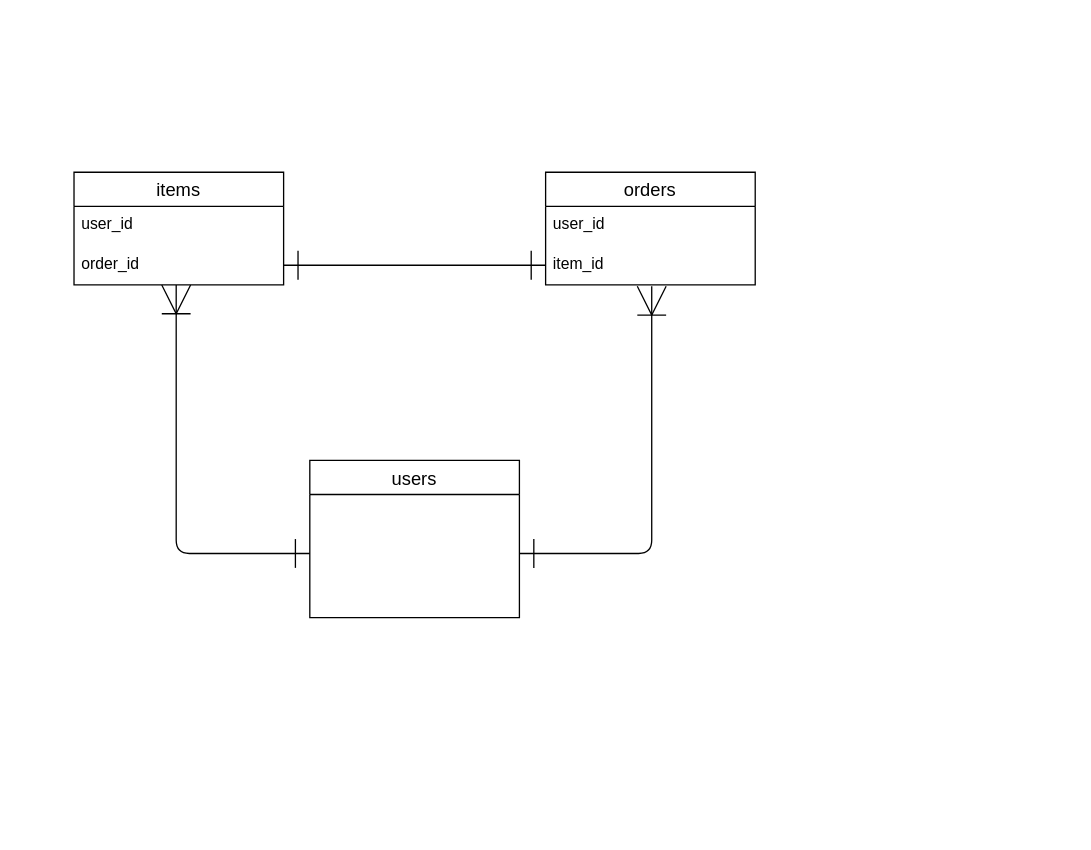
The draw.io diagram furima.dio in rinooooo/furima-38253, before the edit. Source tidied: cells renumbered, new cells numbered last; positions are measured from the earlier drawing's top-left corner, leaving out a move shared by most shapes. Both pictures are drawn from the tidied source at 131%, with x=0, y=0 at pixel (73, 172).
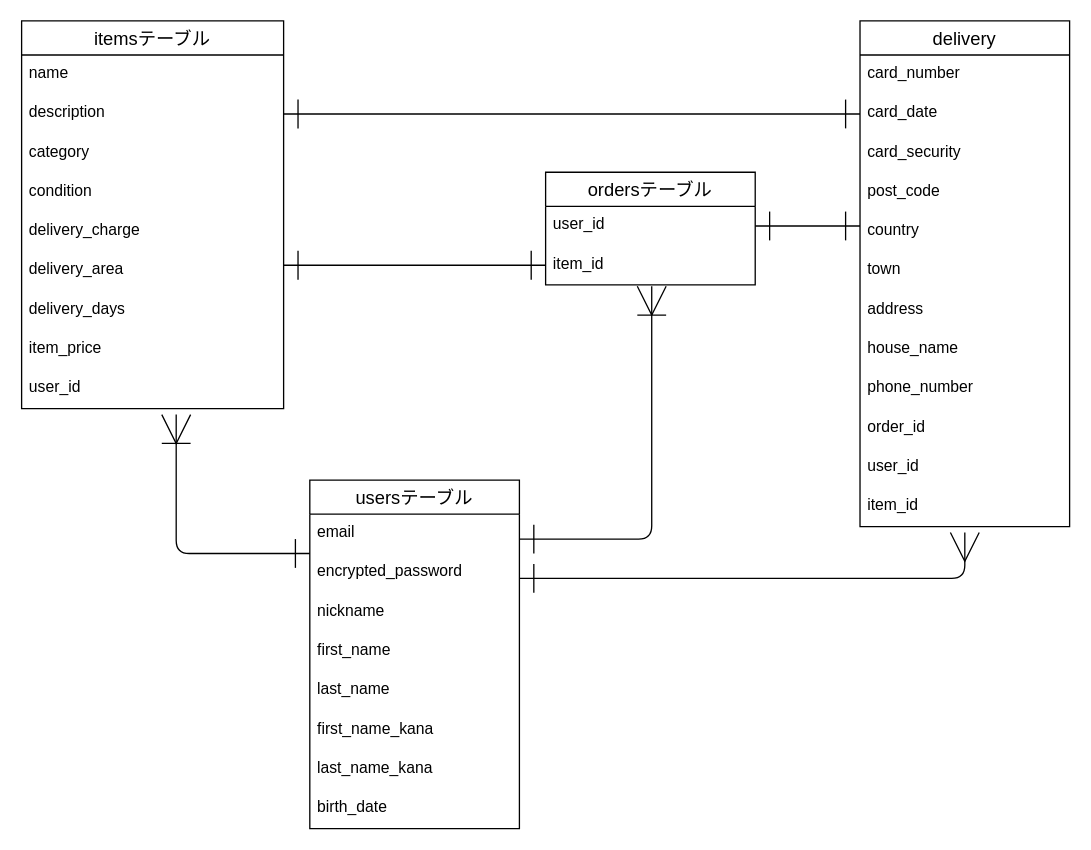
After the change.

Commit message (it also covers changes not shown here):
データベース設計　修正

The change refers to these unchanged cells:
```xml
<mxCell id="6" value="user_id" style="text;strokeColor=none;fillColor=none;spacingLeft=4;spacingRight=4;overflow=hidden;points=[[0,0.5],[1,0.5]];portConstraint=eastwest;fontSize=12;" parent="5" vertex="1">
  <mxGeometry y="26" width="160" height="30" as="geometry" />
</mxCell>
<mxCell id="7" value="item_id" style="text;strokeColor=none;fillColor=none;spacingLeft=4;spacingRight=4;overflow=hidden;points=[[0,0.5],[1,0.5]];portConstraint=eastwest;fontSize=12;" parent="5" vertex="1">
  <mxGeometry y="56" width="160" height="30" as="geometry" />
</mxCell>
```

Diff of the diagram source:
```diff
@@
-    <mxCell id="2" value="items" style="swimlane;fontStyle=0;horizontal=1;startSize=26;align=center;fontSize=14;" parent="1" vertex="1">
-      <mxGeometry width="160" height="86" as="geometry" />
-    </mxCell>
-    <mxCell id="3" value="user_id" style="text;strokeColor=none;fillColor=none;spacingLeft=4;spacingRight=4;overflow=hidden;fontSize=12;" parent="2" vertex="1">
-      <mxGeometry y="26" width="160" height="30" as="geometry" />
-    </mxCell>
-    <mxCell id="4" value="order_id" style="text;strokeColor=none;fillColor=none;spacingLeft=4;spacingRight=4;overflow=hidden;points=[[0,0.5],[1,0.5]];portConstraint=eastwest;fontSize=12;" parent="2" vertex="1">
-      <mxGeometry y="56" width="160" height="30" as="geometry" />
-    </mxCell>
-    <mxCell id="5" value="orders" style="swimlane;fontStyle=0;horizontal=1;startSize=26;align=center;fontSize=14;" parent="1" vertex="1">
+    <mxCell id="5" value="ordersテーブル" style="swimlane;fontStyle=0;horizontal=1;startSize=26;align=center;fontSize=14;" parent="1" vertex="1">
       <mxGeometry x="360" width="160" height="86" as="geometry" />
     </mxCell>
@@
-    <mxCell id="8" value="users" style="swimlane;fontStyle=0;horizontal=1;startSize=26;align=center;fontSize=14;" parent="1" vertex="1">
-      <mxGeometry x="180" y="220" width="160" height="120" as="geometry" />
-    </mxCell>
+    <mxCell id="12" style="edgeStyle=orthogonalEdgeStyle;html=1;exitX=1;exitY=0.75;exitDx=0;exitDy=0;startArrow=ERone;startFill=0;endArrow=ERmany;endFill=0;startSize=20;endSize=20;" parent="1" edge="1">
+      <mxGeometry relative="1" as="geometry">
+        <mxPoint x="340" y="310" as="sourcePoint" />
+        <mxPoint x="680" y="275" as="targetPoint" />
+        <Array as="points">
+          <mxPoint x="680" y="310" />
+        </Array>
+      </mxGeometry>
+    </mxCell>
-    <mxCell id="9" style="edgeStyle=none;html=1;exitX=1;exitY=0.5;exitDx=0;exitDy=0;entryX=0;entryY=0.5;entryDx=0;entryDy=0;endArrow=ERone;endFill=0;startArrow=ERone;startFill=0;strokeWidth=1;endSize=20;startSize=20;" parent="1" edge="1" source="4" target="7">
-      <mxGeometry relative="1" as="geometry" />
+    <mxCell id="9" style="edgeStyle=none;html=1;exitX=1;exitY=0.5;exitDx=0;exitDy=0;entryX=0;entryY=0.5;entryDx=0;entryDy=0;endArrow=ERone;endFill=0;startArrow=ERone;startFill=0;strokeWidth=1;endSize=20;startSize=20;" parent="1" edge="1" target="7">
+      <mxGeometry relative="1" as="geometry">
+        <mxPoint x="160" y="71" as="sourcePoint" />
+      </mxGeometry>
     </mxCell>
     <mxCell id="10" style="edgeStyle=elbowEdgeStyle;html=1;startArrow=ERone;startFill=0;endArrow=ERoneToMany;endFill=0;startSize=20;endSize=20;strokeWidth=1;" parent="1" edge="1">
       <mxGeometry relative="1" as="geometry">
         <mxPoint x="180" y="291" as="sourcePoint" />
-        <mxPoint x="78" y="86" as="targetPoint" />
+        <mxPoint x="78" y="185" as="targetPoint" />
         <Array as="points">
           <mxPoint x="78" y="220" />
         </Array>
       </mxGeometry>
     </mxCell>
     <mxCell id="11" style="edgeStyle=elbowEdgeStyle;html=1;exitX=1;exitY=0.5;exitDx=0;exitDy=0;startArrow=ERone;startFill=0;endArrow=ERoneToMany;endFill=0;startSize=20;endSize=20;strokeWidth=1;" parent="1" edge="1">
       <mxGeometry relative="1" as="geometry">
-        <mxPoint x="340" y="291" as="sourcePoint" />
+        <mxPoint x="340" y="280" as="sourcePoint" />
         <mxPoint x="441" y="87" as="targetPoint" />
         <Array as="points">
           <mxPoint x="441" y="210" />
         </Array>
       </mxGeometry>
     </mxCell>
+    <mxCell id="13" style="edgeStyle=none;html=1;exitX=1;exitY=0.5;exitDx=0;exitDy=0;startArrow=ERone;startFill=0;endArrow=ERone;endFill=0;startSize=20;endSize=20;" parent="1" edge="1" source="6">
+      <mxGeometry relative="1" as="geometry">
+        <mxPoint x="600" y="41" as="targetPoint" />
+      </mxGeometry>
+    </mxCell>
+    <mxCell id="14" value="usersテーブル" style="swimlane;fontStyle=0;horizontal=1;startSize=26;align=center;fontSize=14;" parent="1" vertex="1">
+      <mxGeometry x="180" y="235" width="160" height="266" as="geometry" />
+    </mxCell>
+    <mxCell id="15" value="email" style="text;strokeColor=none;fillColor=none;spacingLeft=4;spacingRight=4;overflow=hidden;fontSize=12;" parent="14" vertex="1">
+      <mxGeometry y="26" width="160" height="30" as="geometry" />
+    </mxCell>
+    <mxCell id="16" value="encrypted_password" style="text;strokeColor=none;fillColor=none;spacingLeft=4;spacingRight=4;overflow=hidden;fontSize=12;" parent="14" vertex="1">
+      <mxGeometry y="56" width="160" height="30" as="geometry" />
+    </mxCell>
+    <mxCell id="17" value="nickname" style="text;strokeColor=none;fillColor=none;spacingLeft=4;spacingRight=4;overflow=hidden;fontSize=12;" parent="14" vertex="1">
+      <mxGeometry y="86" width="160" height="30" as="geometry" />
+    </mxCell>
+    <mxCell id="18" value="first_name" style="text;strokeColor=none;fillColor=none;spacingLeft=4;spacingRight=4;overflow=hidden;fontSize=12;" parent="14" vertex="1">
+      <mxGeometry y="116" width="160" height="30" as="geometry" />
+    </mxCell>
+    <mxCell id="19" value="last_name" style="text;strokeColor=none;fillColor=none;spacingLeft=4;spacingRight=4;overflow=hidden;fontSize=12;" parent="14" vertex="1">
+      <mxGeometry y="146" width="160" height="30" as="geometry" />
+    </mxCell>
+    <mxCell id="20" value="first_name_kana" style="text;strokeColor=none;fillColor=none;spacingLeft=4;spacingRight=4;overflow=hidden;fontSize=12;" parent="14" vertex="1">
+      <mxGeometry y="176" width="160" height="30" as="geometry" />
+    </mxCell>
+    <mxCell id="21" value="last_name_kana" style="text;strokeColor=none;fillColor=none;spacingLeft=4;spacingRight=4;overflow=hidden;fontSize=12;" parent="14" vertex="1">
+      <mxGeometry y="206" width="160" height="30" as="geometry" />
+    </mxCell>
+    <mxCell id="22" value="birth_date" style="text;strokeColor=none;fillColor=none;spacingLeft=4;spacingRight=4;overflow=hidden;fontSize=12;" parent="14" vertex="1">
+      <mxGeometry y="236" width="160" height="30" as="geometry" />
+    </mxCell>
+    <mxCell id="23" value="itemsテーブル" style="swimlane;fontStyle=0;horizontal=1;startSize=26;align=center;fontSize=14;" parent="1" vertex="1">
+      <mxGeometry x="-40" y="-115.5" width="200" height="296" as="geometry" />
+    </mxCell>
+    <mxCell id="24" value="name" style="text;strokeColor=none;fillColor=none;spacingLeft=4;spacingRight=4;overflow=hidden;fontSize=12;" parent="23" vertex="1">
+      <mxGeometry y="26" width="200" height="30" as="geometry" />
+    </mxCell>
+    <mxCell id="25" value="description" style="text;strokeColor=none;fillColor=none;spacingLeft=4;spacingRight=4;overflow=hidden;points=[[0,0.5],[1,0.5]];portConstraint=eastwest;fontSize=12;" parent="23" vertex="1">
+      <mxGeometry y="56" width="200" height="30" as="geometry" />
+    </mxCell>
+    <mxCell id="26" value="category" style="text;strokeColor=none;fillColor=none;spacingLeft=4;spacingRight=4;overflow=hidden;fontSize=12;" parent="23" vertex="1">
+      <mxGeometry y="86" width="200" height="30" as="geometry" />
+    </mxCell>
+    <mxCell id="27" value="condition" style="text;strokeColor=none;fillColor=none;spacingLeft=4;spacingRight=4;overflow=hidden;fontSize=12;" parent="23" vertex="1">
+      <mxGeometry y="116" width="200" height="30" as="geometry" />
+    </mxCell>
+    <mxCell id="28" value="delivery_charge" style="text;strokeColor=none;fillColor=none;spacingLeft=4;spacingRight=4;overflow=hidden;fontSize=12;" parent="23" vertex="1">
+      <mxGeometry y="146" width="200" height="30" as="geometry" />
+    </mxCell>
+    <mxCell id="29" value="delivery_area" style="text;strokeColor=none;fillColor=none;spacingLeft=4;spacingRight=4;overflow=hidden;fontSize=12;" parent="23" vertex="1">
+      <mxGeometry y="176" width="200" height="30" as="geometry" />
+    </mxCell>
+    <mxCell id="30" value="delivery_days" style="text;strokeColor=none;fillColor=none;spacingLeft=4;spacingRight=4;overflow=hidden;fontSize=12;" parent="23" vertex="1">
+      <mxGeometry y="206" width="200" height="30" as="geometry" />
+    </mxCell>
+    <mxCell id="31" value="item_price" style="text;strokeColor=none;fillColor=none;spacingLeft=4;spacingRight=4;overflow=hidden;fontSize=12;" parent="23" vertex="1">
+      <mxGeometry y="236" width="200" height="30" as="geometry" />
+    </mxCell>
+    <mxCell id="32" value="user_id" style="text;strokeColor=none;fillColor=none;spacingLeft=4;spacingRight=4;overflow=hidden;fontSize=12;" parent="23" vertex="1">
+      <mxGeometry y="266" width="200" height="30" as="geometry" />
+    </mxCell>
+    <mxCell id="33" value="delivery" style="swimlane;fontStyle=0;horizontal=1;startSize=26;align=center;fontSize=14;" parent="1" vertex="1">
+      <mxGeometry x="600" y="-115.5" width="160" height="386" as="geometry" />
+    </mxCell>
+    <mxCell id="34" value="card_number" style="text;strokeColor=none;fillColor=none;spacingLeft=4;spacingRight=4;overflow=hidden;fontSize=12;" parent="33" vertex="1">
+      <mxGeometry y="26" width="160" height="30" as="geometry" />
+    </mxCell>
+    <mxCell id="35" value="card_date" style="text;strokeColor=none;fillColor=none;spacingLeft=4;spacingRight=4;overflow=hidden;points=[[0,0.5],[1,0.5]];portConstraint=eastwest;fontSize=12;" parent="33" vertex="1">
+      <mxGeometry y="56" width="160" height="30" as="geometry" />
+    </mxCell>
+    <mxCell id="36" value="card_security" style="text;strokeColor=none;fillColor=none;spacingLeft=4;spacingRight=4;overflow=hidden;fontSize=12;" parent="33" vertex="1">
+      <mxGeometry y="86" width="160" height="30" as="geometry" />
+    </mxCell>
+    <mxCell id="37" value="post_code" style="text;strokeColor=none;fillColor=none;spacingLeft=4;spacingRight=4;overflow=hidden;fontSize=12;" parent="33" vertex="1">
+      <mxGeometry y="116" width="160" height="30" as="geometry" />
+    </mxCell>
+    <mxCell id="38" value="country" style="text;strokeColor=none;fillColor=none;spacingLeft=4;spacingRight=4;overflow=hidden;fontSize=12;" parent="33" vertex="1">
+      <mxGeometry y="146" width="160" height="30" as="geometry" />
+    </mxCell>
+    <mxCell id="39" value="town" style="text;strokeColor=none;fillColor=none;spacingLeft=4;spacingRight=4;overflow=hidden;fontSize=12;" parent="33" vertex="1">
+      <mxGeometry y="176" width="160" height="30" as="geometry" />
+    </mxCell>
+    <mxCell id="40" value="address" style="text;strokeColor=none;fillColor=none;spacingLeft=4;spacingRight=4;overflow=hidden;fontSize=12;" parent="33" vertex="1">
+      <mxGeometry y="206" width="160" height="30" as="geometry" />
+    </mxCell>
+    <mxCell id="41" value="house_name" style="text;strokeColor=none;fillColor=none;spacingLeft=4;spacingRight=4;overflow=hidden;fontSize=12;" parent="33" vertex="1">
+      <mxGeometry y="236" width="160" height="30" as="geometry" />
+    </mxCell>
+    <mxCell id="42" value="phone_number" style="text;strokeColor=none;fillColor=none;spacingLeft=4;spacingRight=4;overflow=hidden;fontSize=12;" parent="33" vertex="1">
+      <mxGeometry y="266" width="160" height="30" as="geometry" />
+    </mxCell>
+    <mxCell id="4" value="order_id" style="text;strokeColor=none;fillColor=none;spacingLeft=4;spacingRight=4;overflow=hidden;points=[[0,0.5],[1,0.5]];portConstraint=eastwest;fontSize=12;" parent="33" vertex="1">
+      <mxGeometry y="296" width="160" height="30" as="geometry" />
+    </mxCell>
+    <mxCell id="43" value="user_id" style="text;strokeColor=none;fillColor=none;spacingLeft=4;spacingRight=4;overflow=hidden;fontSize=12;" parent="33" vertex="1">
+      <mxGeometry y="326" width="160" height="30" as="geometry" />
+    </mxCell>
+    <mxCell id="44" value="item_id" style="text;strokeColor=none;fillColor=none;spacingLeft=4;spacingRight=4;overflow=hidden;fontSize=12;" parent="33" vertex="1">
+      <mxGeometry y="356" width="160" height="30" as="geometry" />
+    </mxCell>
+    <mxCell id="45" style="edgeStyle=elbowEdgeStyle;html=1;exitX=1;exitY=0.5;exitDx=0;exitDy=0;entryX=0;entryY=0.5;entryDx=0;entryDy=0;startArrow=ERone;startFill=0;endArrow=ERone;endFill=0;startSize=20;endSize=20;" parent="1" edge="1" source="25" target="35">
+      <mxGeometry relative="1" as="geometry" />
+    </mxCell>
```
